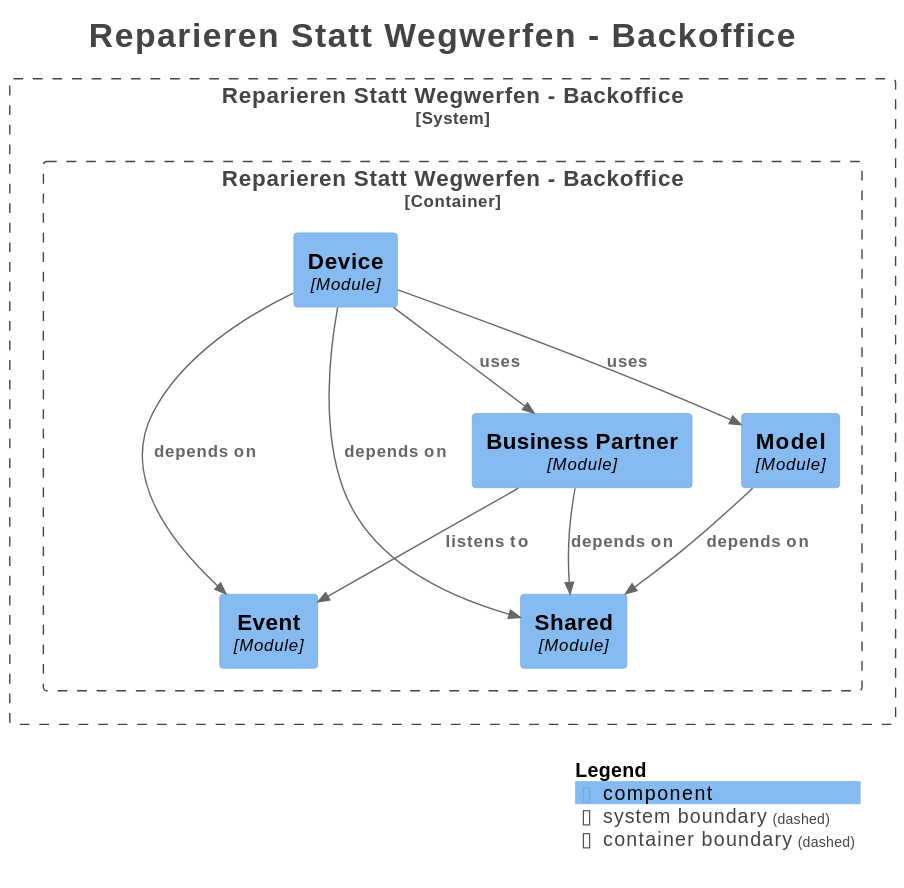
fafeichter/ReparierenStattWegwerfen-BackOffice keeps this PlantUML diagram as backend/docs/spring-modulith/modules.svg. Above is the earlier version. Source of this version:
```plantuml
@startuml
title <size:24>Reparieren Statt Wegwerfen - Backoffice</size>

set separator none
top to bottom direction

<style>
  root {
    BackgroundColor: #ffffff
    FontColor: #444444
  }
</style>

!include <C4/C4>
!include <C4/C4_Context>
!include <C4/C4_Component>

System_Boundary("ReparierenStattWegwerfenBackoffice_boundary", "Reparieren Statt Wegwerfen - Backoffice", $tags="") {
  Container_Boundary("ReparierenStattWegwerfenBackoffice.ReparierenStattWegwerfenBackoffice_boundary", "Reparieren Statt Wegwerfen - Backoffice", $tags="") {
    Component(ReparierenStattWegwerfenBackoffice.ReparierenStattWegwerfenBackoffice.Device, "Device", $techn="Module", $descr="", $tags="", $link="")
    Component(ReparierenStattWegwerfenBackoffice.ReparierenStattWegwerfenBackoffice.Event, "Event", $techn="Module", $descr="", $tags="", $link="")
    Component(ReparierenStattWegwerfenBackoffice.ReparierenStattWegwerfenBackoffice.Shared, "Shared", $techn="Module", $descr="", $tags="", $link="")
    Component(ReparierenStattWegwerfenBackoffice.ReparierenStattWegwerfenBackoffice.BusinessPartner, "Business Partner", $techn="Module", $descr="", $tags="", $link="")
    Component(ReparierenStattWegwerfenBackoffice.ReparierenStattWegwerfenBackoffice.Model, "Model", $techn="Module", $descr="", $tags="", $link="")
  }

}

Rel(ReparierenStattWegwerfenBackoffice.ReparierenStattWegwerfenBackoffice.BusinessPartner, ReparierenStattWegwerfenBackoffice.ReparierenStattWegwerfenBackoffice.Event, "listens to", $techn="", $tags="", $link="")
Rel(ReparierenStattWegwerfenBackoffice.ReparierenStattWegwerfenBackoffice.BusinessPartner, ReparierenStattWegwerfenBackoffice.ReparierenStattWegwerfenBackoffice.Shared, "depends on", $techn="", $tags="", $link="")
Rel(ReparierenStattWegwerfenBackoffice.ReparierenStattWegwerfenBackoffice.Device, ReparierenStattWegwerfenBackoffice.ReparierenStattWegwerfenBackoffice.Shared, "depends on", $techn="", $tags="", $link="")
Rel(ReparierenStattWegwerfenBackoffice.ReparierenStattWegwerfenBackoffice.Device, ReparierenStattWegwerfenBackoffice.ReparierenStattWegwerfenBackoffice.Event, "depends on", $techn="", $tags="", $link="")
Rel(ReparierenStattWegwerfenBackoffice.ReparierenStattWegwerfenBackoffice.Device, ReparierenStattWegwerfenBackoffice.ReparierenStattWegwerfenBackoffice.Model, "uses", $techn="", $tags="", $link="")
Rel(ReparierenStattWegwerfenBackoffice.ReparierenStattWegwerfenBackoffice.Device, ReparierenStattWegwerfenBackoffice.ReparierenStattWegwerfenBackoffice.BusinessPartner, "uses", $techn="", $tags="", $link="")
Rel(ReparierenStattWegwerfenBackoffice.ReparierenStattWegwerfenBackoffice.Model, ReparierenStattWegwerfenBackoffice.ReparierenStattWegwerfenBackoffice.Shared, "depends on", $techn="", $tags="", $link="")

SHOW_LEGEND(true)
hide stereotypes
@enduml
```
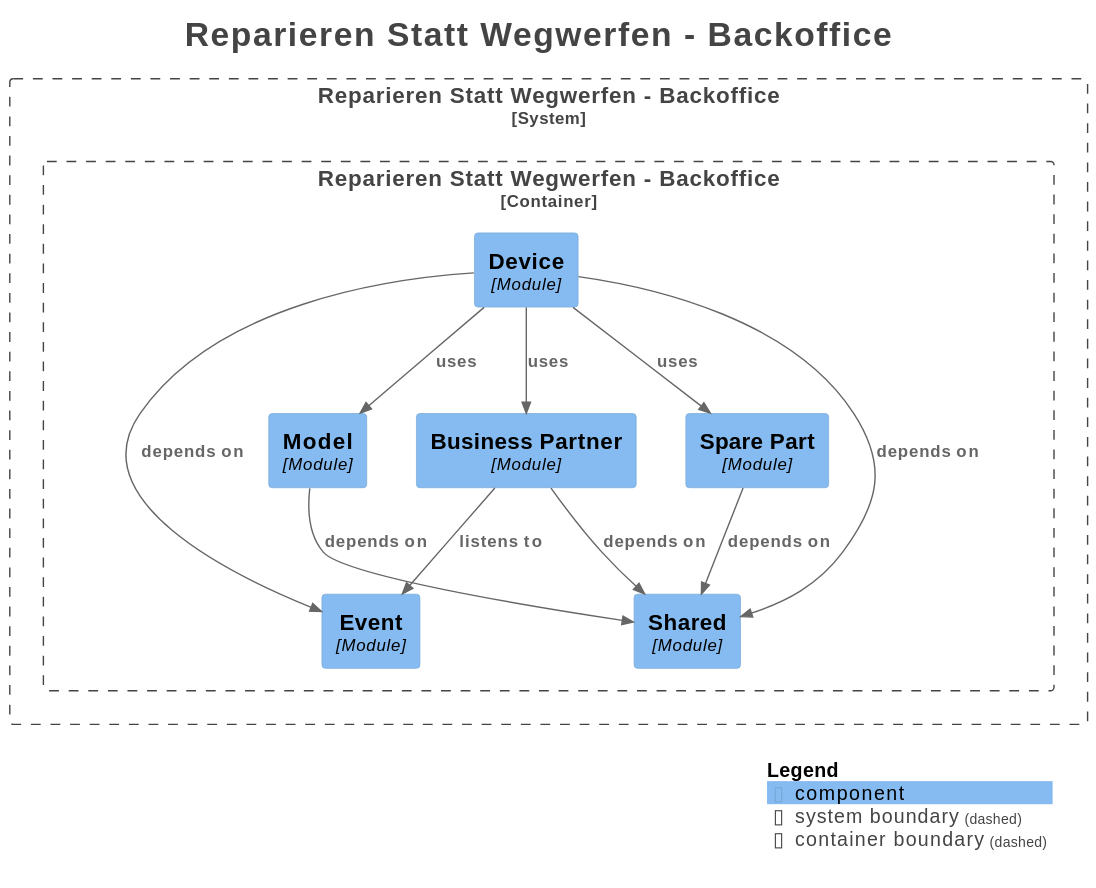
Later version of the same file.

Commit message:
Updated module diagram

The edit, as a diff of the source:
```diff
@@ -22,15 +22,18 @@
     Component(ReparierenStattWegwerfenBackoffice.ReparierenStattWegwerfenBackoffice.Shared, "Shared", $techn="Module", $descr="", $tags="", $link="")
     Component(ReparierenStattWegwerfenBackoffice.ReparierenStattWegwerfenBackoffice.BusinessPartner, "Business Partner", $techn="Module", $descr="", $tags="", $link="")
     Component(ReparierenStattWegwerfenBackoffice.ReparierenStattWegwerfenBackoffice.Model, "Model", $techn="Module", $descr="", $tags="", $link="")
+    Component(ReparierenStattWegwerfenBackoffice.ReparierenStattWegwerfenBackoffice.SparePart, "Spare Part", $techn="Module", $descr="", $tags="", $link="")
   }
 
 }
 
 Rel(ReparierenStattWegwerfenBackoffice.ReparierenStattWegwerfenBackoffice.BusinessPartner, ReparierenStattWegwerfenBackoffice.ReparierenStattWegwerfenBackoffice.Event, "listens to", $techn="", $tags="", $link="")
 Rel(ReparierenStattWegwerfenBackoffice.ReparierenStattWegwerfenBackoffice.BusinessPartner, ReparierenStattWegwerfenBackoffice.ReparierenStattWegwerfenBackoffice.Shared, "depends on", $techn="", $tags="", $link="")
+Rel(ReparierenStattWegwerfenBackoffice.ReparierenStattWegwerfenBackoffice.SparePart, ReparierenStattWegwerfenBackoffice.ReparierenStattWegwerfenBackoffice.Shared, "depends on", $techn="", $tags="", $link="")
 Rel(ReparierenStattWegwerfenBackoffice.ReparierenStattWegwerfenBackoffice.Device, ReparierenStattWegwerfenBackoffice.ReparierenStattWegwerfenBackoffice.Shared, "depends on", $techn="", $tags="", $link="")
 Rel(ReparierenStattWegwerfenBackoffice.ReparierenStattWegwerfenBackoffice.Device, ReparierenStattWegwerfenBackoffice.ReparierenStattWegwerfenBackoffice.Event, "depends on", $techn="", $tags="", $link="")
 Rel(ReparierenStattWegwerfenBackoffice.ReparierenStattWegwerfenBackoffice.Device, ReparierenStattWegwerfenBackoffice.ReparierenStattWegwerfenBackoffice.Model, "uses", $techn="", $tags="", $link="")
+Rel(ReparierenStattWegwerfenBackoffice.ReparierenStattWegwerfenBackoffice.Device, ReparierenStattWegwerfenBackoffice.ReparierenStattWegwerfenBackoffice.SparePart, "uses", $techn="", $tags="", $link="")
 Rel(ReparierenStattWegwerfenBackoffice.ReparierenStattWegwerfenBackoffice.Device, ReparierenStattWegwerfenBackoffice.ReparierenStattWegwerfenBackoffice.BusinessPartner, "uses", $techn="", $tags="", $link="")
 Rel(ReparierenStattWegwerfenBackoffice.ReparierenStattWegwerfenBackoffice.Model, ReparierenStattWegwerfenBackoffice.ReparierenStattWegwerfenBackoffice.Shared, "depends on", $techn="", $tags="", $link="")
 
```
